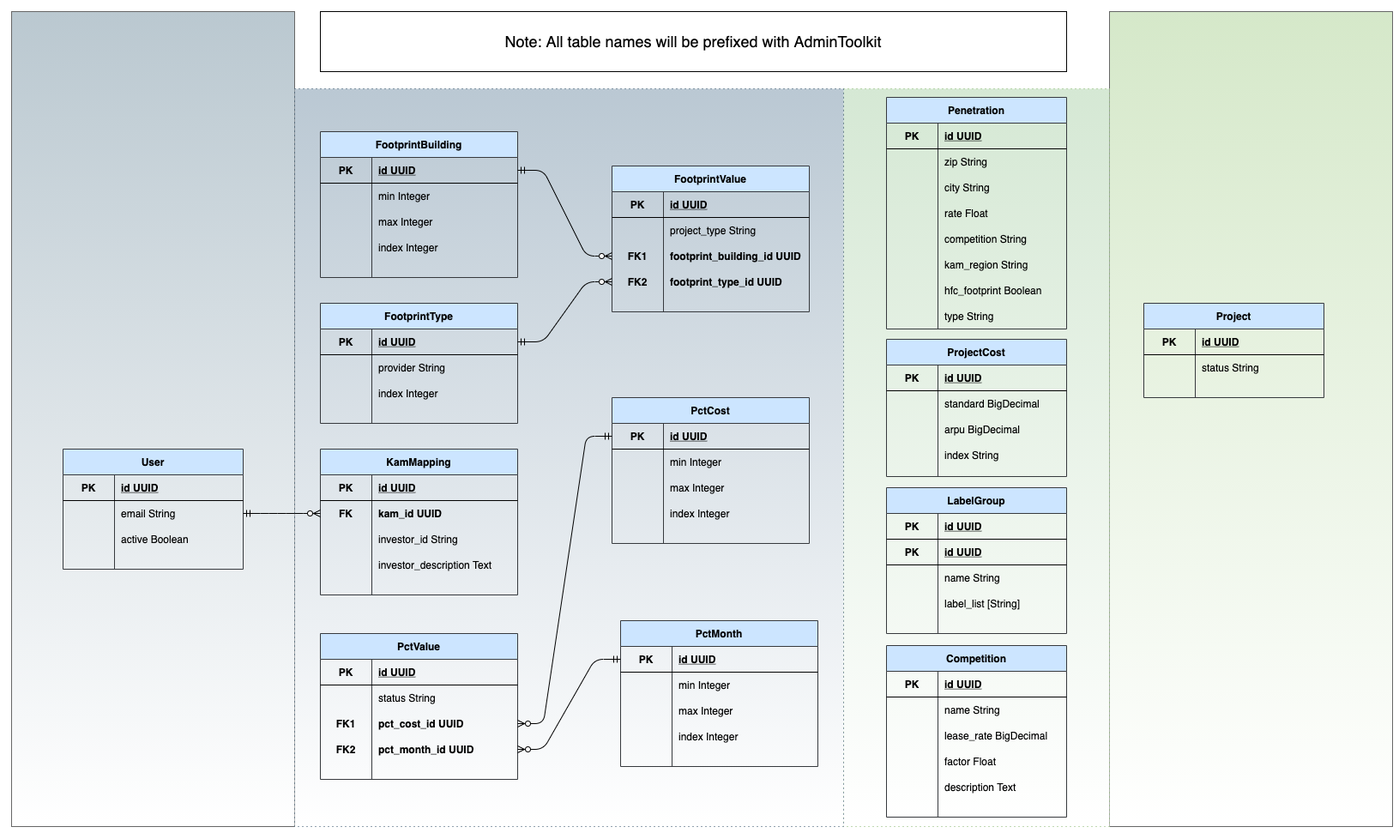
The draw.io diagram class_diagrams/admin-toolkit.png in Jigyel1/new_build, before a commit. Source tidied: cells renumbered, new cells last; positions are measured from the earlier drawing's top-left corner, leaving out a move shared by most shapes.
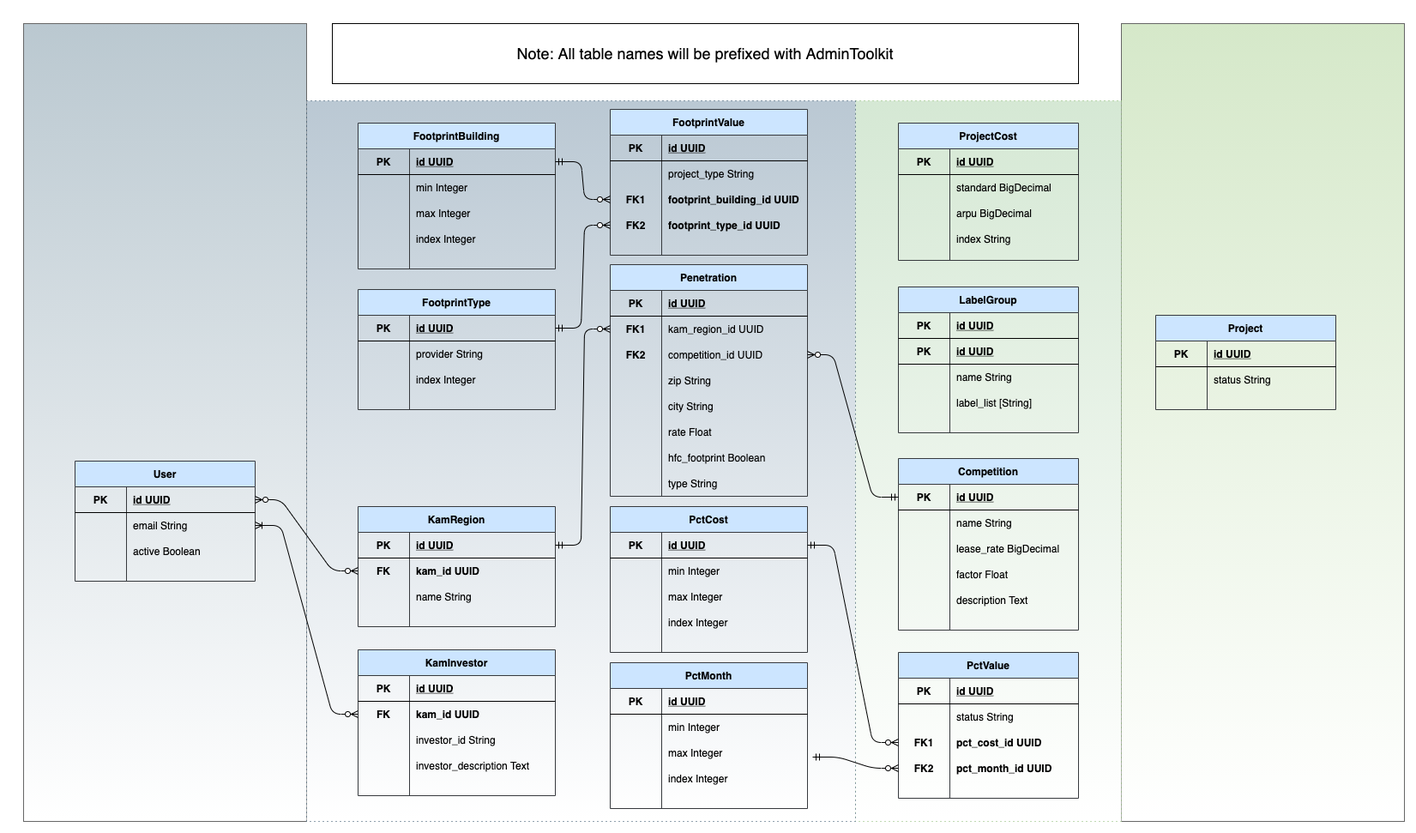
Above is the later version.

What changed in the source:
```diff
@@ -5,15 +5,15 @@
     <mxCell id="2" style="rounded=0;whiteSpace=wrap;html=1;strokeColor=#666666;fontColor=#333333;fillColor=#D5E8C9;gradientColor=#ffffff;" parent="1" vertex="1">
-      <mxGeometry x="1280" width="330" height="950" as="geometry" />
+      <mxGeometry x="1280" width="330" height="930" as="geometry" />
     </mxCell>
     <mxCell id="3" style="rounded=0;whiteSpace=wrap;html=1;strokeColor=#82b366;fillColor=#d5e8d4;gradientColor=#ffffff;dashed=1;dashPattern=1 4;" parent="1" vertex="1">
-      <mxGeometry x="970" y="90" width="310" height="860" as="geometry" />
+      <mxGeometry x="970" y="90" width="310" height="840" as="geometry" />
     </mxCell>
     <mxCell id="4" style="rounded=0;whiteSpace=wrap;html=1;strokeColor=#666666;fontColor=#333333;fillColor=#BAC8D0;gradientColor=#ffffff;" parent="1" vertex="1">
-      <mxGeometry width="330" height="950" as="geometry" />
+      <mxGeometry width="330" height="930" as="geometry" />
     </mxCell>
     <mxCell id="5" style="rounded=0;whiteSpace=wrap;html=1;strokeColor=#23445d;fillColor=#bac8d3;gradientColor=#ffffff;dashed=1;dashPattern=1 4;" parent="1" vertex="1">
-      <mxGeometry x="330" y="90" width="640" height="860" as="geometry" />
+      <mxGeometry x="330" y="90" width="640" height="840" as="geometry" />
     </mxCell>
     <mxCell id="6" value="ProjectCost" style="shape=table;startSize=30;rowLines=0;fontStyle=1;align=center;fillColor=#cce5ff;strokeColor=#36393d;" parent="1" vertex="1">
-      <mxGeometry x="1020" y="382" width="210" height="160" as="geometry" />
+      <mxGeometry x="1020" y="116" width="210" height="160" as="geometry" />
     </mxCell>
@@ -56,3 +56,3 @@
     <mxCell id="19" value="FootprintBuilding" style="shape=table;startSize=30;rowLines=0;fontStyle=1;align=center;fillColor=#cce5ff;strokeColor=#36393d;" parent="1" vertex="1">
-      <mxGeometry x="360" y="140" width="230" height="170" as="geometry" />
+      <mxGeometry x="390" y="116" width="230" height="170" as="geometry" />
     </mxCell>
@@ -95,3 +95,3 @@
     <mxCell id="32" value="FootprintType" style="shape=table;startSize=30;rowLines=0;fontStyle=1;align=center;fillColor=#cce5ff;strokeColor=#36393d;" parent="1" vertex="1">
-      <mxGeometry x="360" y="340" width="230" height="140" as="geometry" />
+      <mxGeometry x="390" y="310" width="230" height="140" as="geometry" />
     </mxCell>
@@ -128,3 +128,3 @@
     <mxCell id="43" value="FootprintValue" style="shape=table;startSize=30;rowLines=0;fontStyle=1;align=center;fillColor=#cce5ff;strokeColor=#36393d;" parent="1" vertex="1">
-      <mxGeometry x="700" y="180" width="230" height="170" as="geometry" />
+      <mxGeometry x="684" y="100" width="230" height="170" as="geometry" />
     </mxCell>
@@ -167,3 +167,3 @@
     <mxCell id="56" value="PctCost" style="shape=table;startSize=30;rowLines=0;fontStyle=1;align=center;fillColor=#cce5ff;strokeColor=#36393d;" parent="1" vertex="1">
-      <mxGeometry x="700" y="450" width="230" height="170" as="geometry" />
+      <mxGeometry x="684" y="563" width="230" height="170" as="geometry" />
     </mxCell>
@@ -206,3 +206,3 @@
     <mxCell id="69" value="PctMonth" style="shape=table;startSize=30;rowLines=0;fontStyle=1;align=center;fillColor=#cce5ff;strokeColor=#36393d;" parent="1" vertex="1">
-      <mxGeometry x="710" y="710" width="230" height="170" as="geometry" />
+      <mxGeometry x="684" y="745" width="230" height="170" as="geometry" />
     </mxCell>
@@ -245,6 +245,6 @@
     <mxCell id="82" value="PctValue" style="shape=table;startSize=30;rowLines=0;fontStyle=1;align=center;fillColor=#cce5ff;strokeColor=#36393d;" parent="1" vertex="1">
-      <mxGeometry x="360" y="725" width="230" height="170" as="geometry" />
+      <mxGeometry x="1020" y="733" width="210" height="170" as="geometry" />
     </mxCell>
     <mxCell id="83" style="shape=partialRectangle;fillColor=none;top=0;left=0;bottom=1;right=0;" parent="82" vertex="1">
-      <mxGeometry y="30" width="230" height="30" as="geometry" />
+      <mxGeometry y="30" width="210" height="30" as="geometry" />
     </mxCell>
@@ -254,6 +254,6 @@
     <mxCell id="85" value="id UUID" style="shape=partialRectangle;fillColor=none;top=0;left=0;bottom=0;right=0;align=left;spacingLeft=6;fontStyle=5;overflow=hidden;" parent="83" vertex="1">
-      <mxGeometry x="60" width="170" height="30" as="geometry" />
+      <mxGeometry x="60" width="150" height="30" as="geometry" />
     </mxCell>
     <mxCell id="86" style="shape=partialRectangle;fillColor=none;top=0;left=0;bottom=0;right=0;" parent="82" vertex="1">
-      <mxGeometry y="60" width="230" height="30" as="geometry" />
+      <mxGeometry y="60" width="210" height="30" as="geometry" />
     </mxCell>
@@ -263,6 +263,6 @@
     <mxCell id="88" value="status String" style="shape=partialRectangle;fillColor=none;top=0;left=0;bottom=0;right=0;align=left;spacingLeft=6;overflow=hidden;" parent="86" vertex="1">
-      <mxGeometry x="60" width="170" height="30" as="geometry" />
+      <mxGeometry x="60" width="150" height="30" as="geometry" />
     </mxCell>
     <mxCell id="89" style="shape=partialRectangle;fillColor=none;top=0;left=0;bottom=0;right=0;points=[[0,0.5],[1,0.5]];portConstraint=eastwest;" parent="82" vertex="1">
-      <mxGeometry y="90" width="230" height="30" as="geometry" />
+      <mxGeometry y="90" width="210" height="30" as="geometry" />
     </mxCell>
@@ -272,6 +272,6 @@
     <mxCell id="91" value="pct_cost_id UUID" style="shape=partialRectangle;fillColor=none;top=0;left=0;bottom=0;right=0;align=left;spacingLeft=6;overflow=hidden;whiteSpace=wrap;fontStyle=1;" parent="89" vertex="1">
-      <mxGeometry x="60" width="170" height="30" as="geometry" />
+      <mxGeometry x="60" width="150" height="30" as="geometry" />
     </mxCell>
     <mxCell id="92" style="shape=partialRectangle;fillColor=none;top=0;left=0;bottom=0;right=0;points=[[0,0.5],[1,0.5]];portConstraint=eastwest;" parent="82" vertex="1">
-      <mxGeometry y="120" width="230" height="30" as="geometry" />
+      <mxGeometry y="120" width="210" height="30" as="geometry" />
     </mxCell>
@@ -281,6 +281,6 @@
     <mxCell id="94" value="pct_month_id UUID" style="shape=partialRectangle;fillColor=none;top=0;left=0;bottom=0;right=0;align=left;spacingLeft=6;overflow=hidden;fontStyle=1;" parent="92" vertex="1">
-      <mxGeometry x="60" width="170" height="30" as="geometry" />
+      <mxGeometry x="60" width="150" height="30" as="geometry" />
     </mxCell>
-    <mxCell id="95" value="KamMapping" style="shape=table;startSize=30;rowLines=0;fontStyle=1;align=center;fillColor=#cce5ff;strokeColor=#36393d;" parent="1" vertex="1">
-      <mxGeometry x="360" y="510" width="230" height="170" as="geometry" />
+    <mxCell id="95" value="KamInvestor" style="shape=table;startSize=30;rowLines=0;fontStyle=1;align=center;fillColor=#cce5ff;strokeColor=#36393d;" parent="1" vertex="1">
+      <mxGeometry x="390" y="730" width="230" height="170" as="geometry" />
     </mxCell>
@@ -323,3 +323,3 @@
     <mxCell id="108" value="LabelGroup" style="shape=table;startSize=30;rowLines=0;fontStyle=1;align=center;fillColor=#cce5ff;strokeColor=#36393d;" parent="1" vertex="1">
-      <mxGeometry x="1020" y="555" width="210" height="170" as="geometry" />
+      <mxGeometry x="1020" y="307" width="210" height="170" as="geometry" />
     </mxCell>
@@ -362,6 +362,6 @@
     <mxCell id="121" value="Penetration" style="shape=table;startSize=30;rowLines=0;fontStyle=1;align=center;fillColor=#cce5ff;strokeColor=#36393d;" parent="1" vertex="1">
-      <mxGeometry x="1020" y="100" width="210" height="270" as="geometry" />
+      <mxGeometry x="684" y="281" width="230" height="270" as="geometry" />
     </mxCell>
     <mxCell id="122" style="shape=partialRectangle;fillColor=none;top=0;left=0;bottom=1;right=0;" parent="121" vertex="1">
-      <mxGeometry y="30" width="210" height="30" as="geometry" />
+      <mxGeometry y="30" width="230" height="30" as="geometry" />
     </mxCell>
@@ -371,24 +371,24 @@
     <mxCell id="124" value="id UUID" style="shape=partialRectangle;fillColor=none;top=0;left=0;bottom=0;right=0;align=left;spacingLeft=6;fontStyle=5;overflow=hidden;" parent="122" vertex="1">
-      <mxGeometry x="60" width="150" height="30" as="geometry" />
+      <mxGeometry x="60" width="170" height="30" as="geometry" />
     </mxCell>
     <mxCell id="125" style="shape=partialRectangle;fillColor=none;top=0;left=0;bottom=0;right=0;points=[[0,0.5],[1,0.5]];portConstraint=eastwest;" parent="121" vertex="1">
-      <mxGeometry y="60" width="210" height="30" as="geometry" />
+      <mxGeometry y="60" width="230" height="30" as="geometry" />
     </mxCell>
-    <mxCell id="126" style="shape=partialRectangle;fillColor=none;top=0;left=0;bottom=0;right=0;overflow=hidden;" parent="125" vertex="1">
+    <mxCell id="126" value="FK1" style="shape=partialRectangle;fillColor=none;top=0;left=0;bottom=0;right=0;overflow=hidden;fontStyle=1;" parent="125" vertex="1">
       <mxGeometry width="60" height="30" as="geometry" />
     </mxCell>
-    <mxCell id="127" value="zip String" style="shape=partialRectangle;fillColor=none;top=0;left=0;bottom=0;right=0;align=left;spacingLeft=6;overflow=hidden;" parent="125" vertex="1">
-      <mxGeometry x="60" width="150" height="30" as="geometry" />
+    <mxCell id="127" value="kam_region_id UUID" style="shape=partialRectangle;fillColor=none;top=0;left=0;bottom=0;right=0;align=left;spacingLeft=6;overflow=hidden;" parent="125" vertex="1">
+      <mxGeometry x="60" width="170" height="30" as="geometry" />
     </mxCell>
     <mxCell id="128" style="shape=partialRectangle;fillColor=none;top=0;left=0;bottom=0;right=0;points=[[0,0.5],[1,0.5]];portConstraint=eastwest;" parent="121" vertex="1">
-      <mxGeometry y="90" width="210" height="30" as="geometry" />
+      <mxGeometry y="90" width="230" height="30" as="geometry" />
     </mxCell>
-    <mxCell id="129" style="shape=partialRectangle;fillColor=none;top=0;left=0;bottom=0;right=0;overflow=hidden;" parent="128" vertex="1">
+    <mxCell id="129" value="FK2" style="shape=partialRectangle;fillColor=none;top=0;left=0;bottom=0;right=0;overflow=hidden;fontStyle=1;" parent="128" vertex="1">
       <mxGeometry width="60" height="30" as="geometry" />
     </mxCell>
-    <mxCell id="130" value="city String" style="shape=partialRectangle;fillColor=none;top=0;left=0;bottom=0;right=0;align=left;spacingLeft=6;overflow=hidden;" parent="128" vertex="1">
-      <mxGeometry x="60" width="150" height="30" as="geometry" />
+    <mxCell id="130" value="competition_id UUID" style="shape=partialRectangle;fillColor=none;top=0;left=0;bottom=0;right=0;align=left;spacingLeft=6;overflow=hidden;" parent="128" vertex="1">
+      <mxGeometry x="60" width="170" height="30" as="geometry" />
     </mxCell>
     <mxCell id="131" style="shape=partialRectangle;fillColor=none;top=0;left=0;bottom=0;right=0;" parent="121" vertex="1">
-      <mxGeometry y="120" width="210" height="30" as="geometry" />
+      <mxGeometry y="120" width="230" height="30" as="geometry" />
     </mxCell>
@@ -397,7 +397,7 @@
     </mxCell>
-    <mxCell id="133" value="rate Float" style="shape=partialRectangle;fillColor=none;top=0;left=0;bottom=0;right=0;align=left;spacingLeft=6;overflow=hidden;" parent="131" vertex="1">
-      <mxGeometry x="60" width="150" height="30" as="geometry" />
+    <mxCell id="133" value="zip String" style="shape=partialRectangle;fillColor=none;top=0;left=0;bottom=0;right=0;align=left;spacingLeft=6;overflow=hidden;" parent="131" vertex="1">
+      <mxGeometry x="60" width="170" height="30" as="geometry" />
     </mxCell>
     <mxCell id="134" style="shape=partialRectangle;fillColor=none;top=0;left=0;bottom=0;right=0;" parent="121" vertex="1">
-      <mxGeometry y="150" width="210" height="30" as="geometry" />
+      <mxGeometry y="150" width="230" height="30" as="geometry" />
     </mxCell>
@@ -406,7 +406,7 @@
     </mxCell>
-    <mxCell id="136" value="competition String" style="shape=partialRectangle;fillColor=none;top=0;left=0;bottom=0;right=0;align=left;spacingLeft=6;overflow=hidden;" parent="134" vertex="1">
-      <mxGeometry x="60" width="150" height="30" as="geometry" />
+    <mxCell id="136" value="city String" style="shape=partialRectangle;fillColor=none;top=0;left=0;bottom=0;right=0;align=left;spacingLeft=6;overflow=hidden;" parent="134" vertex="1">
+      <mxGeometry x="60" width="170" height="30" as="geometry" />
     </mxCell>
     <mxCell id="137" style="shape=partialRectangle;fillColor=none;top=0;left=0;bottom=0;right=0;" parent="121" vertex="1">
-      <mxGeometry y="180" width="210" height="30" as="geometry" />
+      <mxGeometry y="180" width="230" height="30" as="geometry" />
     </mxCell>
@@ -415,7 +415,7 @@
     </mxCell>
-    <mxCell id="139" value="kam_region String" style="shape=partialRectangle;fillColor=none;top=0;left=0;bottom=0;right=0;align=left;spacingLeft=6;overflow=hidden;" parent="137" vertex="1">
-      <mxGeometry x="60" width="150" height="30" as="geometry" />
+    <mxCell id="139" value="rate Float" style="shape=partialRectangle;fillColor=none;top=0;left=0;bottom=0;right=0;align=left;spacingLeft=6;overflow=hidden;" parent="137" vertex="1">
+      <mxGeometry x="60" width="170" height="30" as="geometry" />
     </mxCell>
     <mxCell id="140" style="shape=partialRectangle;fillColor=none;top=0;left=0;bottom=0;right=0;" parent="121" vertex="1">
-      <mxGeometry y="210" width="210" height="30" as="geometry" />
+      <mxGeometry y="210" width="230" height="30" as="geometry" />
     </mxCell>
@@ -425,6 +425,6 @@
     <mxCell id="142" value="hfc_footprint Boolean" style="shape=partialRectangle;fillColor=none;top=0;left=0;bottom=0;right=0;align=left;spacingLeft=6;overflow=hidden;" parent="140" vertex="1">
-      <mxGeometry x="60" width="150" height="30" as="geometry" />
+      <mxGeometry x="60" width="170" height="30" as="geometry" />
     </mxCell>
     <mxCell id="143" style="shape=partialRectangle;fillColor=none;top=0;left=0;bottom=0;right=0;" parent="121" vertex="1">
-      <mxGeometry y="240" width="210" height="30" as="geometry" />
+      <mxGeometry y="240" width="230" height="30" as="geometry" />
     </mxCell>
@@ -434,6 +434,6 @@
     <mxCell id="145" value="type String" style="shape=partialRectangle;fillColor=none;top=0;left=0;bottom=0;right=0;align=left;spacingLeft=6;overflow=hidden;" parent="143" vertex="1">
-      <mxGeometry x="60" width="150" height="30" as="geometry" />
+      <mxGeometry x="60" width="170" height="30" as="geometry" />
     </mxCell>
     <mxCell id="146" value="Competition" style="shape=table;startSize=30;rowLines=0;fontStyle=1;align=center;fillColor=#cce5ff;strokeColor=#36393d;" parent="1" vertex="1">
-      <mxGeometry x="1020" y="739" width="210" height="200" as="geometry" />
+      <mxGeometry x="1020" y="507" width="210" height="200" as="geometry" />
     </mxCell>
@@ -514,5 +514,2 @@
     </mxCell>
-    <mxCell id="172" style="edgeStyle=entityRelationEdgeStyle;fontSize=12;html=1;endArrow=ERzeroToMany;startArrow=ERmandOne;entryX=0;entryY=0.5;entryDx=0;entryDy=0;exitX=1;exitY=0.5;exitDx=0;exitDy=0;" parent="1" edge="1" source="166" target="99">
-      <mxGeometry relative="1" as="geometry" />
-    </mxCell>
     <mxCell id="173" value="Project" style="shape=table;startSize=30;rowLines=0;fontStyle=1;align=center;fillColor=#cce5ff;strokeColor=#36393d;" parent="1" vertex="1">
@@ -544,8 +541,52 @@
     </mxCell>
-    <mxCell id="182" style="edgeStyle=entityRelationEdgeStyle;fontSize=12;html=1;endArrow=ERzeroToMany;startArrow=ERmandOne;entryX=1;entryY=0.5;entryDx=0;entryDy=0;exitX=0;exitY=0.5;exitDx=0;exitDy=0;" parent="1" edge="1" source="57" target="89">
+    <mxCell id="182" style="edgeStyle=entityRelationEdgeStyle;fontSize=12;html=1;endArrow=ERzeroToMany;startArrow=ERmandOne;entryX=0;entryY=0.5;entryDx=0;entryDy=0;exitX=1;exitY=0.5;exitDx=0;exitDy=0;" parent="1" edge="1" source="57" target="89">
       <mxGeometry relative="1" as="geometry" />
     </mxCell>
-    <mxCell id="183" style="edgeStyle=entityRelationEdgeStyle;fontSize=12;html=1;endArrow=ERzeroToMany;startArrow=ERmandOne;exitX=0;exitY=0.5;exitDx=0;exitDy=0;" parent="1" edge="1" source="70" target="92">
-      <mxGeometry relative="1" as="geometry" />
+    <mxCell id="183" style="edgeStyle=entityRelationEdgeStyle;fontSize=12;html=1;endArrow=ERzeroToMany;startArrow=ERmandOne;" parent="1" edge="1" target="92">
+      <mxGeometry relative="1" as="geometry">
+        <mxPoint x="920" y="855" as="sourcePoint" />
+      </mxGeometry>
     </mxCell>
+    <mxCell id="184" value="KamRegion" style="shape=table;startSize=30;rowLines=0;fontStyle=1;align=center;fillColor=#cce5ff;strokeColor=#36393d;" parent="1" vertex="1">
+      <mxGeometry x="390" y="563" width="230" height="140" as="geometry" />
+    </mxCell>
+    <mxCell id="185" style="shape=partialRectangle;fillColor=none;top=0;left=0;bottom=1;right=0;points=[[0,0.5],[1,0.5]];portConstraint=eastwest;" parent="184" vertex="1">
+      <mxGeometry y="30" width="230" height="30" as="geometry" />
+    </mxCell>
+    <mxCell id="186" value="PK" style="shape=partialRectangle;fillColor=none;top=0;left=0;bottom=0;right=0;fontStyle=1;overflow=hidden;" parent="185" vertex="1">
+      <mxGeometry width="60" height="30" as="geometry" />
+    </mxCell>
+    <mxCell id="187" value="id UUID" style="shape=partialRectangle;fillColor=none;top=0;left=0;bottom=0;right=0;align=left;spacingLeft=6;fontStyle=5;overflow=hidden;" parent="185" vertex="1">
+      <mxGeometry x="60" width="170" height="30" as="geometry" />
+    </mxCell>
+    <mxCell id="188" style="shape=partialRectangle;fillColor=none;top=0;left=0;bottom=0;right=0;points=[[0,0.5],[1,0.5]];portConstraint=eastwest;" parent="184" vertex="1">
+      <mxGeometry y="60" width="230" height="30" as="geometry" />
+    </mxCell>
+    <mxCell id="189" value="FK" style="shape=partialRectangle;fillColor=none;top=0;left=0;bottom=0;right=0;overflow=hidden;fontStyle=1;" parent="188" vertex="1">
+      <mxGeometry width="60" height="30" as="geometry" />
+    </mxCell>
+    <mxCell id="190" value="kam_id UUID" style="shape=partialRectangle;fillColor=none;top=0;left=0;bottom=0;right=0;align=left;spacingLeft=6;overflow=hidden;fontStyle=1;" parent="188" vertex="1">
+      <mxGeometry x="60" width="170" height="30" as="geometry" />
+    </mxCell>
+    <mxCell id="191" style="shape=partialRectangle;fillColor=none;top=0;left=0;bottom=0;right=0;" parent="184" vertex="1">
+      <mxGeometry y="90" width="230" height="30" as="geometry" />
+    </mxCell>
+    <mxCell id="192" style="shape=partialRectangle;fillColor=none;top=0;left=0;bottom=0;right=0;overflow=hidden;" parent="191" vertex="1">
+      <mxGeometry width="60" height="30" as="geometry" />
+    </mxCell>
+    <mxCell id="193" value="name String" style="shape=partialRectangle;fillColor=none;top=0;left=0;bottom=0;right=0;align=left;spacingLeft=6;overflow=hidden;" parent="191" vertex="1">
+      <mxGeometry x="60" width="170" height="30" as="geometry" />
+    </mxCell>
+    <mxCell id="194" style="edgeStyle=entityRelationEdgeStyle;fontSize=12;html=1;endArrow=ERoneToMany;startArrow=ERzeroToMany;exitX=0;exitY=0.5;exitDx=0;exitDy=0;entryX=1;entryY=0.5;entryDx=0;entryDy=0;" parent="1" edge="1" source="99" target="166">
+      <mxGeometry relative="1" as="geometry" />
+    </mxCell>
+    <mxCell id="195" style="edgeStyle=entityRelationEdgeStyle;fontSize=12;html=1;endArrow=ERzeroToMany;endFill=1;startArrow=ERzeroToMany;entryX=1;entryY=0.5;entryDx=0;entryDy=0;exitX=0;exitY=0.5;exitDx=0;exitDy=0;" parent="1" edge="1" source="188" target="163">
+      <mxGeometry relative="1" as="geometry" />
+    </mxCell>
+    <mxCell id="196" style="edgeStyle=entityRelationEdgeStyle;fontSize=12;html=1;endArrow=ERzeroToMany;startArrow=ERmandOne;entryX=0;entryY=0.5;entryDx=0;entryDy=0;exitX=1;exitY=0.5;exitDx=0;exitDy=0;" parent="1" edge="1" source="185" target="125">
+      <mxGeometry relative="1" as="geometry" />
+    </mxCell>
+    <mxCell id="197" style="edgeStyle=entityRelationEdgeStyle;fontSize=12;html=1;endArrow=ERzeroToMany;startArrow=ERmandOne;entryX=1;entryY=0.5;entryDx=0;entryDy=0;exitX=0;exitY=0.5;exitDx=0;exitDy=0;" parent="1" edge="1" source="147" target="128">
+      <mxGeometry relative="1" as="geometry" />
+    </mxCell>
   </root>
```
